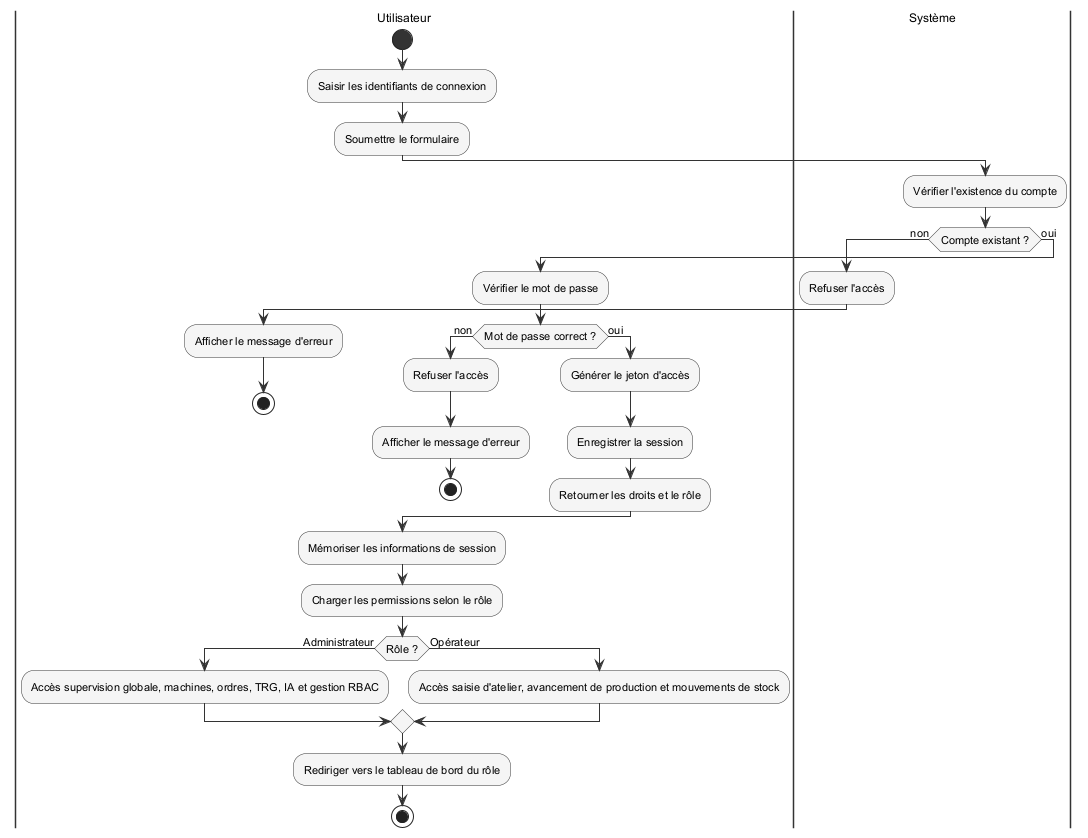
This is Rapport/diagrams/sprint1_activity.png from ayoubmek/PFE_data_science, a PlantUML export, as it was before one commit.
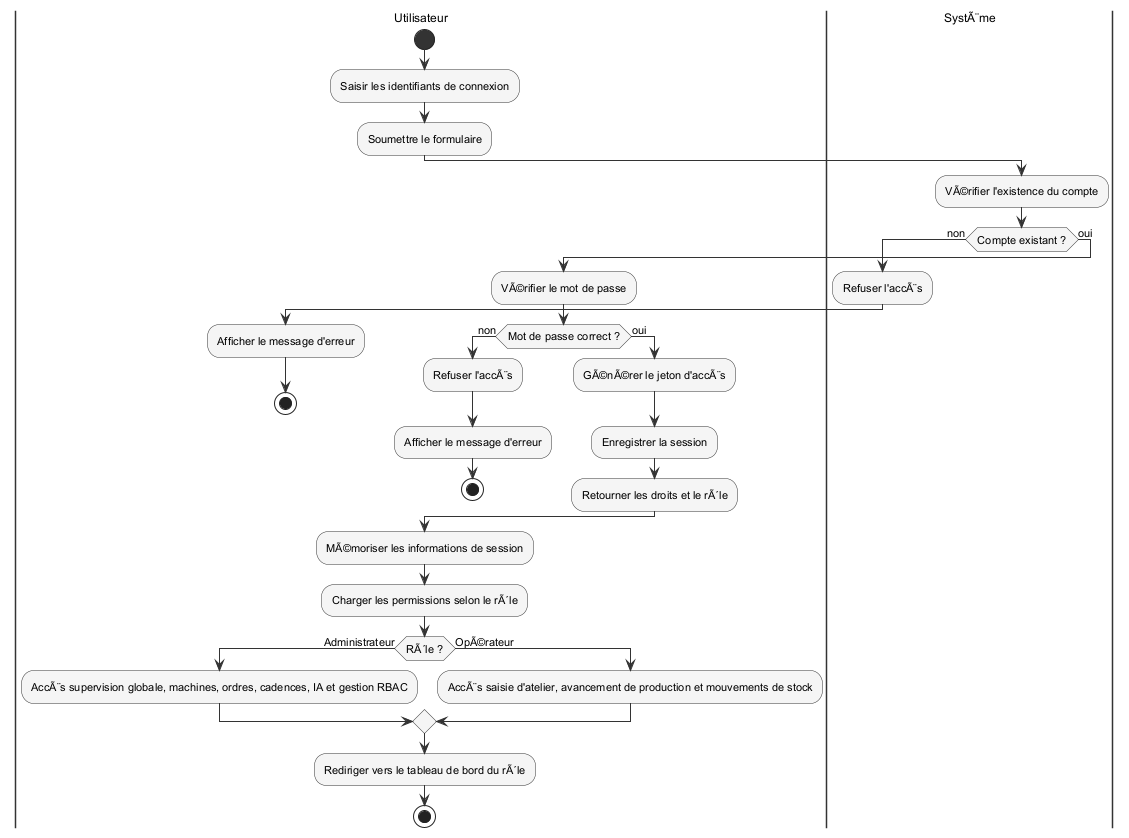
After the change.

What changed in the source:
```diff
@@ -21,37 +21,37 @@
 :Saisir les identifiants de connexion;
 :Soumettre le formulaire;
 
-|Système|
-:Vérifier l'existence du compte;
+|SystÃ¨me|
+:VÃ©rifier l'existence du compte;
 if (Compte existant ?) then (non)
-  :Refuser l'accès;
+  :Refuser l'accÃ¨s;
   |Utilisateur|
   :Afficher le message d'erreur;
   stop
 else (oui)
-  :Vérifier le mot de passe;
+  :VÃ©rifier le mot de passe;
   if (Mot de passe correct ?) then (non)
-    :Refuser l'accès;
+    :Refuser l'accÃ¨s;
     |Utilisateur|
     :Afficher le message d'erreur;
     stop
   else (oui)
-    :Générer le jeton d'accès;
+    :GÃ©nÃ©rer le jeton d'accÃ¨s;
     :Enregistrer la session;
-    :Retourner les droits et le rôle;
+    :Retourner les droits et le rÃ´le;
   endif
 endif
 
 |Utilisateur|
-:Mémoriser les informations de session;
-:Charger les permissions selon le rôle;
+:MÃ©moriser les informations de session;
+:Charger les permissions selon le rÃ´le;
 
-if (Rôle ?) then (Administrateur)
-  :Accès supervision globale, machines, ordres, TRG, IA et gestion RBAC;
-else (Opérateur)
-  :Accès saisie d'atelier, avancement de production et mouvements de stock;
+if (RÃ´le ?) then (Administrateur)
+  :AccÃ¨s supervision globale, machines, ordres, cadences, IA et gestion RBAC;
+else (OpÃ©rateur)
+  :AccÃ¨s saisie d'atelier, avancement de production et mouvements de stock;
 endif
 
-:Rediriger vers le tableau de bord du rôle;
+:Rediriger vers le tableau de bord du rÃ´le;
 stop
 @enduml
```
